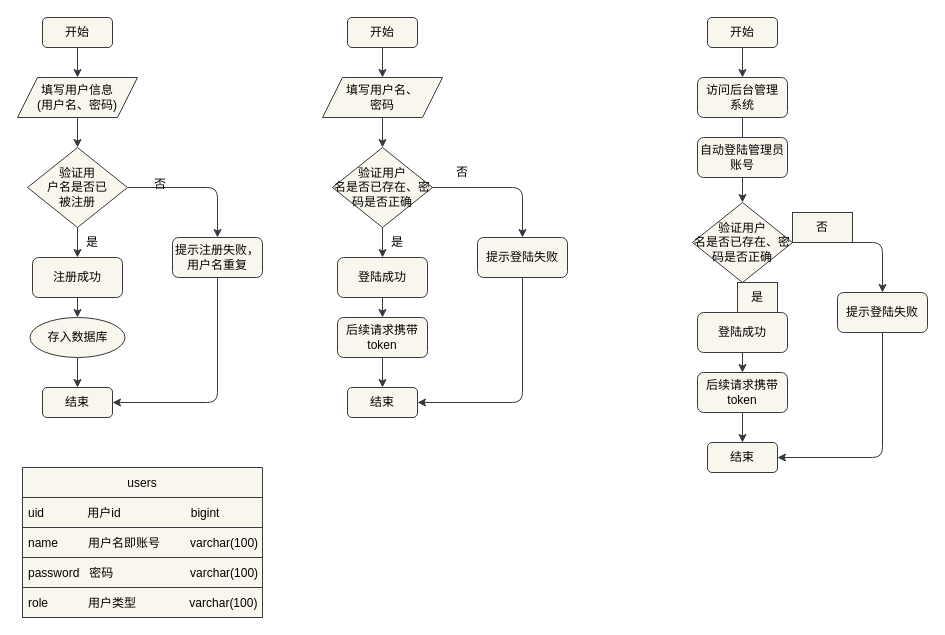
Earlier version of the draw.io diagram page "第 8 页" (8 of 12) of a.dio (z-juln/it-community). Source tidied: cells renumbered, new cells numbered last; positions are measured from the earlier drawing's top-left corner, leaving out a move shared by most shapes. Both pictures are drawn from the tidied source at 100%, with x=0, y=0 at pixel (17, 17).
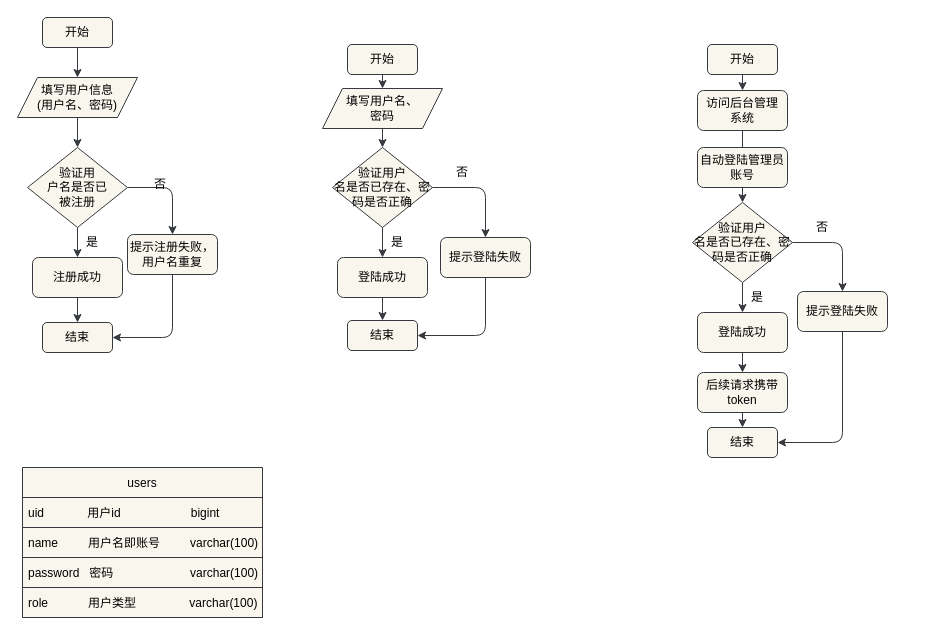
The same diagram, later.

Unchanged cells that the change refers to:
```xml
<mxCell id="9" value="验证用&lt;br&gt;户名是否已&lt;br&gt;被注册" style="rhombus;whiteSpace=wrap;html=1;fillColor=#f9f7ed;strokeColor=#36393d;fontColor=#000000;" parent="1" vertex="1">
  <mxGeometry x="10" y="130" width="100" height="80" as="geometry" />
</mxCell>
<mxCell id="15" value="注册成功" style="rounded=1;whiteSpace=wrap;html=1;fillColor=#f9f7ed;strokeColor=#36393d;fontColor=#000000;" parent="1" vertex="1">
  <mxGeometry x="15" y="240" width="90" height="40" as="geometry" />
</mxCell>
<mxCell id="25" value="验证用户&lt;br&gt;名是否已存在、密码是否正确" style="rhombus;whiteSpace=wrap;html=1;fillColor=#f9f7ed;strokeColor=#36393d;fontColor=#000000;" parent="1" vertex="1">
  <mxGeometry x="315" y="130" width="100" height="80" as="geometry" />
</mxCell>
<mxCell id="31" value="登陆成功" style="rounded=1;whiteSpace=wrap;html=1;fillColor=#f9f7ed;strokeColor=#36393d;fontColor=#000000;" parent="1" vertex="1">
  <mxGeometry x="320" y="240" width="90" height="40" as="geometry" />
</mxCell>
<mxCell id="40" value="验证用户&lt;br&gt;名是否已存在、密码是否正确" style="rhombus;whiteSpace=wrap;html=1;fillColor=#f9f7ed;strokeColor=#36393d;fontColor=#000000;" parent="1" vertex="1">
  <mxGeometry x="675" y="185" width="100" height="80" as="geometry" />
</mxCell>
```

The edit, as a diff of the source:
```diff
@@
     <mxCell id="4" value="结束" style="rounded=1;whiteSpace=wrap;html=1;fillColor=#f9f7ed;strokeColor=#36393d;fontColor=#000000;" parent="1" vertex="1">
-      <mxGeometry x="25" y="370" width="70" height="30" as="geometry" />
+      <mxGeometry x="25" y="305" width="70" height="30" as="geometry" />
     </mxCell>
@@
     <mxCell id="7" style="edgeStyle=none;html=1;entryX=0.5;entryY=0;entryDx=0;entryDy=0;fillColor=#f9f7ed;strokeColor=#36393d;fontColor=#000000;" parent="1" edge="1" source="9" target="13">
       <mxGeometry relative="1" as="geometry">
         <Array as="points">
-          <mxPoint x="200" y="170" />
+          <mxPoint x="155" y="170" />
         </Array>
       </mxGeometry>
     </mxCell>
@@
     <mxCell id="12" style="edgeStyle=none;html=1;entryX=1;entryY=0.5;entryDx=0;entryDy=0;fillColor=#f9f7ed;strokeColor=#36393d;fontColor=#000000;" parent="1" edge="1" source="13" target="4">
       <mxGeometry relative="1" as="geometry">
         <Array as="points">
-          <mxPoint x="200" y="385" />
+          <mxPoint x="155" y="320" />
         </Array>
       </mxGeometry>
     </mxCell>
     <mxCell id="13" value="提示注册失败，&lt;br&gt;用户名重复" style="rounded=1;whiteSpace=wrap;html=1;fillColor=#f9f7ed;strokeColor=#36393d;fontColor=#000000;" parent="1" vertex="1">
-      <mxGeometry x="155" y="220" width="90" height="40" as="geometry" />
+      <mxGeometry x="110" y="217" width="90" height="40" as="geometry" />
     </mxCell>
-    <mxCell id="14" style="edgeStyle=none;html=1;fillColor=#f9f7ed;strokeColor=#36393d;fontColor=#000000;" parent="1" edge="1" source="15" target="17">
-      <mxGeometry relative="1" as="geometry" />
-    </mxCell>
@@
-    <mxCell id="16" style="edgeStyle=none;html=1;entryX=0.5;entryY=0;entryDx=0;entryDy=0;fillColor=#f9f7ed;strokeColor=#36393d;fontColor=#000000;" parent="1" edge="1" source="17" target="4">
+    <mxCell id="16" style="edgeStyle=none;html=1;entryX=0.5;entryY=0;entryDx=0;entryDy=0;fillColor=#f9f7ed;strokeColor=#36393d;fontColor=#000000;exitX=0.5;exitY=1;exitDx=0;exitDy=0;" parent="1" edge="1" source="15" target="4">
       <mxGeometry relative="1" as="geometry" />
     </mxCell>
-    <mxCell id="17" value="存入数据库" style="ellipse;whiteSpace=wrap;html=1;fillColor=#f9f7ed;strokeColor=#36393d;fontColor=#000000;" parent="1" vertex="1">
-      <mxGeometry x="12.5" y="300" width="95" height="40" as="geometry" />
-    </mxCell>
@@
     <mxCell id="19" value="开始" style="rounded=1;whiteSpace=wrap;html=1;fillColor=#f9f7ed;strokeColor=#36393d;fontColor=#000000;" parent="1" vertex="1">
-      <mxGeometry x="330" width="70" height="30" as="geometry" />
+      <mxGeometry x="330" y="27" width="70" height="30" as="geometry" />
     </mxCell>
     <mxCell id="20" value="结束" style="rounded=1;whiteSpace=wrap;html=1;fillColor=#f9f7ed;strokeColor=#36393d;fontColor=#000000;" parent="1" vertex="1">
-      <mxGeometry x="330" y="370" width="70" height="30" as="geometry" />
+      <mxGeometry x="330" y="303" width="70" height="30" as="geometry" />
     </mxCell>
@@
     <mxCell id="22" value="填写用户名、&lt;br&gt;密码" style="shape=parallelogram;perimeter=parallelogramPerimeter;whiteSpace=wrap;html=1;fixedSize=1;fillColor=#f9f7ed;strokeColor=#36393d;fontColor=#000000;" parent="1" vertex="1">
-      <mxGeometry x="305" y="60" width="120" height="40" as="geometry" />
+      <mxGeometry x="305" y="71" width="120" height="40" as="geometry" />
     </mxCell>
     <mxCell id="23" style="edgeStyle=none;html=1;entryX=0.5;entryY=0;entryDx=0;entryDy=0;fillColor=#f9f7ed;strokeColor=#36393d;fontColor=#000000;" parent="1" edge="1" source="25" target="29">
       <mxGeometry relative="1" as="geometry">
         <Array as="points">
-          <mxPoint x="505" y="170" />
+          <mxPoint x="468" y="170" />
         </Array>
       </mxGeometry>
     </mxCell>
@@
     <mxCell id="28" style="edgeStyle=none;html=1;entryX=1;entryY=0.5;entryDx=0;entryDy=0;fillColor=#f9f7ed;strokeColor=#36393d;fontColor=#000000;" parent="1" edge="1" source="29" target="20">
       <mxGeometry relative="1" as="geometry">
         <Array as="points">
-          <mxPoint x="505" y="385" />
+          <mxPoint x="468" y="318" />
         </Array>
       </mxGeometry>
     </mxCell>
     <mxCell id="29" value="提示登陆失败" style="rounded=1;whiteSpace=wrap;html=1;fillColor=#f9f7ed;strokeColor=#36393d;fontColor=#000000;" parent="1" vertex="1">
-      <mxGeometry x="460" y="220" width="90" height="40" as="geometry" />
+      <mxGeometry x="423" y="220" width="90" height="40" as="geometry" />
     </mxCell>
-    <mxCell id="30" style="edgeStyle=none;html=1;entryX=0.5;entryY=0;entryDx=0;entryDy=0;fillColor=#f9f7ed;strokeColor=#36393d;fontColor=#000000;" parent="1" edge="1" source="31" target="33">
+    <mxCell id="30" style="edgeStyle=none;html=1;entryX=0.5;entryY=0;entryDx=0;entryDy=0;fillColor=#f9f7ed;strokeColor=#36393d;fontColor=#000000;" parent="1" edge="1" source="31" target="20">
       <mxGeometry relative="1" as="geometry" />
     </mxCell>
@@
-    <mxCell id="32" style="edgeStyle=none;html=1;entryX=0.5;entryY=0;entryDx=0;entryDy=0;fillColor=#f9f7ed;strokeColor=#36393d;fontColor=#000000;" parent="1" edge="1" source="33" target="20">
-      <mxGeometry relative="1" as="geometry" />
-    </mxCell>
-    <mxCell id="33" value="后续请求携带token" style="rounded=1;whiteSpace=wrap;html=1;fillColor=#f9f7ed;strokeColor=#36393d;fontColor=#000000;" parent="1" vertex="1">
-      <mxGeometry x="320" y="300" width="90" height="40" as="geometry" />
-    </mxCell>
@@
     <mxCell id="35" value="开始" style="rounded=1;whiteSpace=wrap;html=1;fillColor=#f9f7ed;strokeColor=#36393d;fontColor=#000000;" parent="1" vertex="1">
-      <mxGeometry x="690" width="70" height="30" as="geometry" />
+      <mxGeometry x="690" y="27" width="70" height="30" as="geometry" />
     </mxCell>
     <mxCell id="36" value="结束" style="rounded=1;whiteSpace=wrap;html=1;fillColor=#f9f7ed;strokeColor=#36393d;fontColor=#000000;" parent="1" vertex="1">
-      <mxGeometry x="690" y="425" width="70" height="30" as="geometry" />
+      <mxGeometry x="690" y="410" width="70" height="30" as="geometry" />
     </mxCell>
@@
     <mxCell id="38" style="edgeStyle=none;html=1;entryX=0.5;entryY=0;entryDx=0;entryDy=0;fillColor=#f9f7ed;strokeColor=#36393d;fontColor=#000000;" parent="1" edge="1" source="40" target="44">
       <mxGeometry relative="1" as="geometry">
         <Array as="points">
-          <mxPoint x="865" y="225" />
+          <mxPoint x="825" y="225" />
         </Array>
       </mxGeometry>
     </mxCell>
@@
-    <mxCell id="41" value="否" style="text;html=1;strokeColor=#36393d;fillColor=#f9f7ed;align=center;verticalAlign=middle;whiteSpace=wrap;rounded=0;fontColor=#000000;" parent="1" vertex="1">
+    <mxCell id="41" value="否" style="text;html=1;strokeColor=none;fillColor=none;align=center;verticalAlign=middle;whiteSpace=wrap;rounded=0;fontColor=#000000;" parent="1" vertex="1">
       <mxGeometry x="775" y="195" width="60" height="30" as="geometry" />
     </mxCell>
-    <mxCell id="42" value="是" style="text;html=1;strokeColor=#36393d;fillColor=#f9f7ed;align=center;verticalAlign=middle;whiteSpace=wrap;rounded=0;fontColor=#000000;" parent="1" vertex="1">
+    <mxCell id="42" value="是" style="text;html=1;strokeColor=none;fillColor=none;align=center;verticalAlign=middle;whiteSpace=wrap;rounded=0;fontColor=#000000;" parent="1" vertex="1">
       <mxGeometry x="720" y="265" width="40" height="30" as="geometry" />
     </mxCell>
     <mxCell id="43" style="edgeStyle=none;html=1;entryX=1;entryY=0.5;entryDx=0;entryDy=0;fillColor=#f9f7ed;strokeColor=#36393d;fontColor=#000000;" parent="1" edge="1" source="44" target="36">
       <mxGeometry relative="1" as="geometry">
         <Array as="points">
-          <mxPoint x="865" y="440" />
+          <mxPoint x="825" y="425" />
         </Array>
       </mxGeometry>
     </mxCell>
     <mxCell id="44" value="提示登陆失败" style="rounded=1;whiteSpace=wrap;html=1;fillColor=#f9f7ed;strokeColor=#36393d;fontColor=#000000;" parent="1" vertex="1">
-      <mxGeometry x="820" y="275" width="90" height="40" as="geometry" />
+      <mxGeometry x="780" y="274" width="90" height="40" as="geometry" />
     </mxCell>
@@
     <mxCell id="49" value="访问后台管理&lt;br&gt;系统" style="rounded=1;whiteSpace=wrap;html=1;fillColor=#f9f7ed;strokeColor=#36393d;fontColor=#000000;" parent="1" vertex="1">
-      <mxGeometry x="680" y="60" width="90" height="40" as="geometry" />
+      <mxGeometry x="680" y="73" width="90" height="40" as="geometry" />
     </mxCell>
     <mxCell id="50" value="自动登陆管理员账号" style="rounded=1;whiteSpace=wrap;html=1;fillColor=#f9f7ed;strokeColor=#36393d;fontColor=#000000;" parent="1" vertex="1">
-      <mxGeometry x="680" y="120" width="90" height="40" as="geometry" />
+      <mxGeometry x="680" y="130" width="90" height="40" as="geometry" />
     </mxCell>
```
